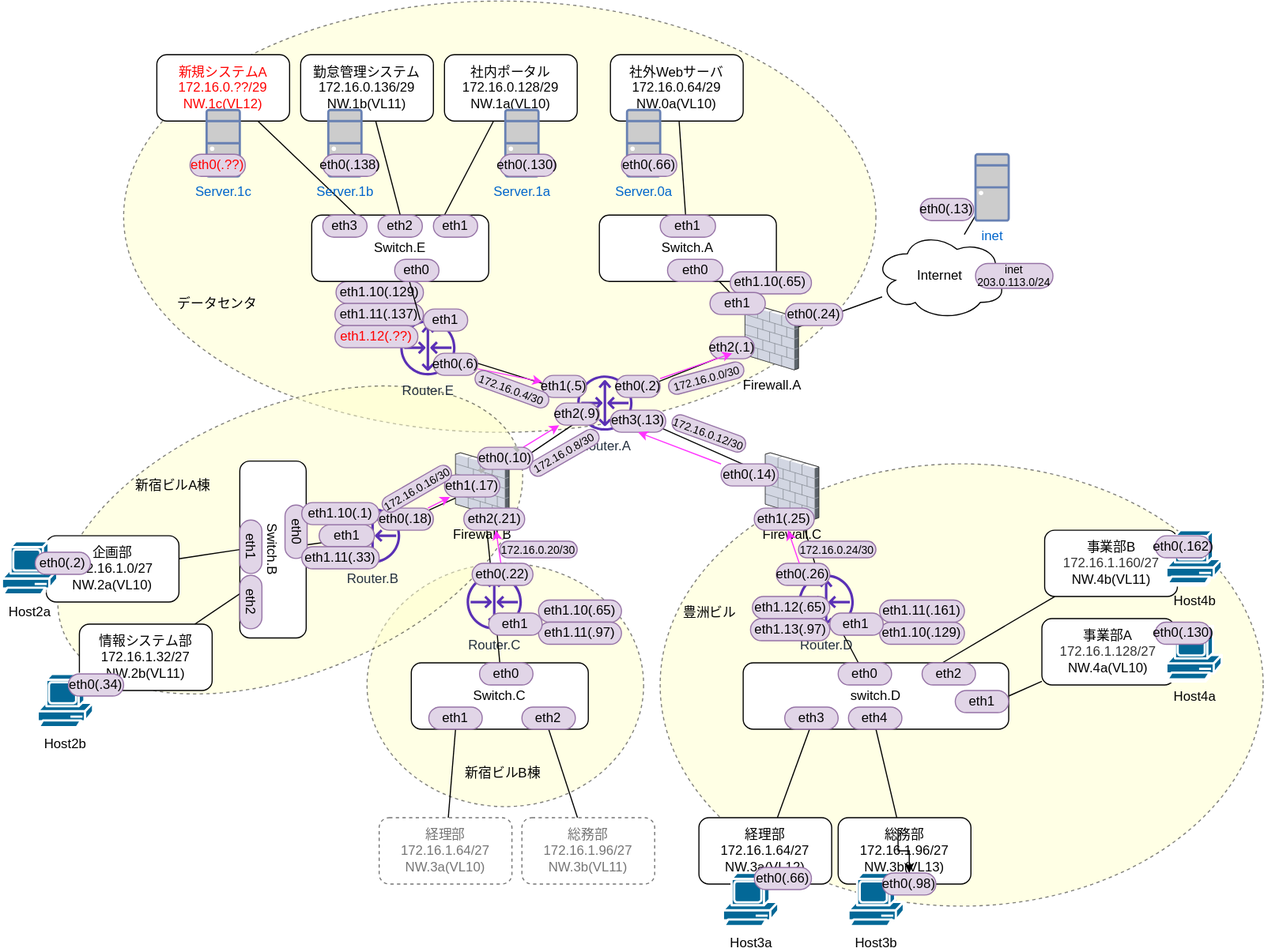
Before: exercise_docs/app1/topology_b.drawio.svg, a diagram exported from draw.io (infra-handson/network-training). Source tidied: cells renumbered, new cells last; positions are measured from the earlier drawing's top-left corner, leaving out a move shared by most shapes.
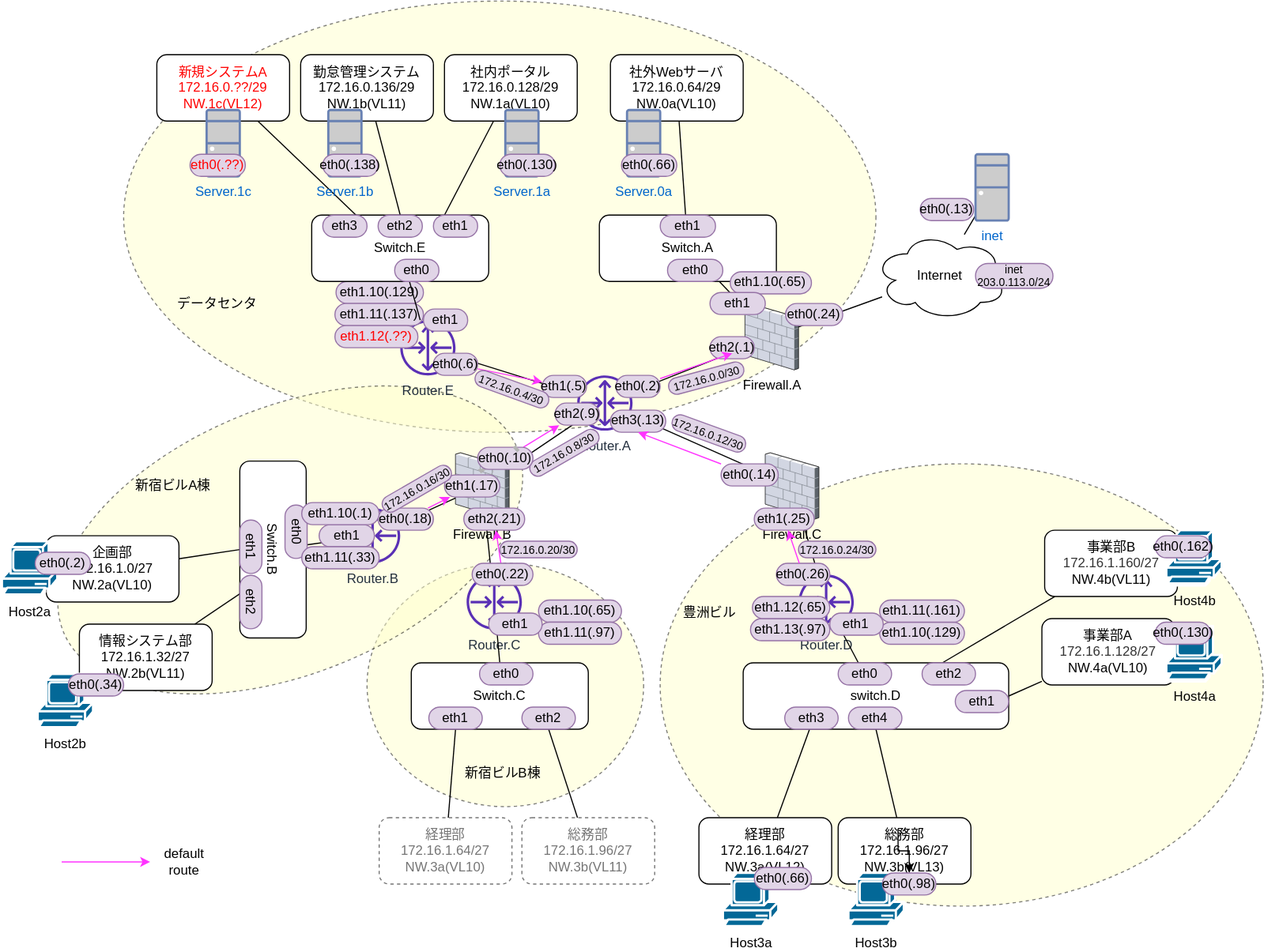
After the commit.

Diff of the diagram source:
```diff
@@ -457,5 +457,14 @@
     <mxCell id="150" value="eth0(.66)" style="rounded=1;whiteSpace=wrap;html=1;fillColor=#e1d5e7;strokeColor=#9673a6;arcSize=50;" parent="1" vertex="1">
       <mxGeometry x="560" y="139" width="50" height="20" as="geometry" />
     </mxCell>
+    <mxCell id="151" style="rounded=0;orthogonalLoop=1;jettySize=auto;html=1;strokeColor=#FF33FF;fontFamily=Courier New;" parent="1" edge="1">
+      <mxGeometry relative="1" as="geometry">
+        <mxPoint x="54" y="779" as="sourcePoint" />
+        <mxPoint x="134" y="779" as="targetPoint" />
+      </mxGeometry>
+    </mxCell>
+    <mxCell id="152" value="default&lt;br&gt;route" style="text;html=1;strokeColor=none;fillColor=none;align=center;verticalAlign=middle;whiteSpace=wrap;rounded=0;" parent="1" vertex="1">
+      <mxGeometry x="145" y="769" width="40" height="20" as="geometry" />
+    </mxCell>
   </root>
 </mxGraphModel>
```
